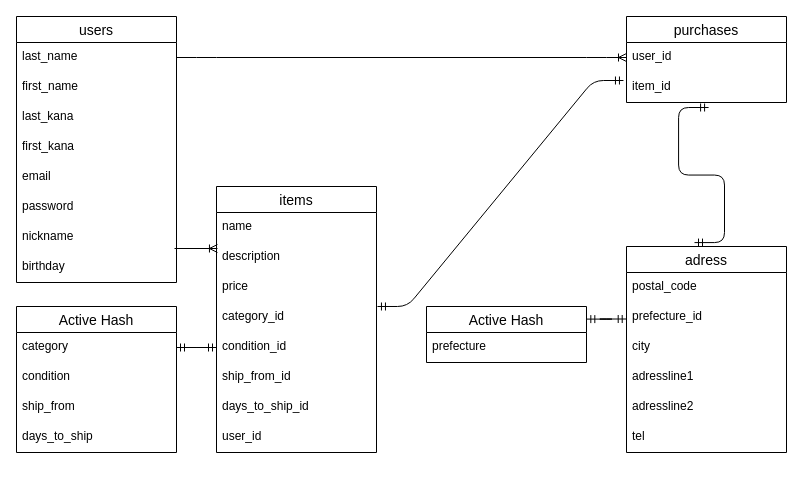
Above: furima.dio in Saki9120/furima-32156 (draw.io), before the change. Source tidied: cells renumbered, new cells numbered last; positions are measured from the earlier drawing's top-left corner, leaving out a move shared by most shapes. Both pictures are drawn from the tidied source at 100%, with x=0, y=0 at pixel (16, 16).
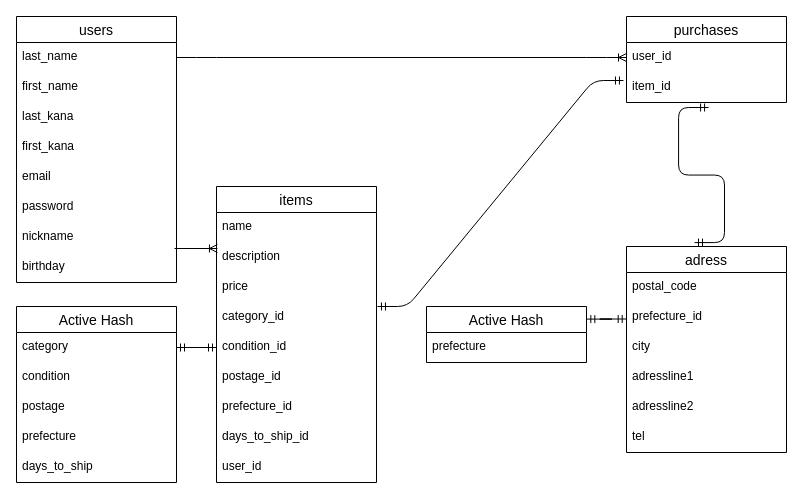
After the change.

What changed in the source:
```diff
@@
     <mxCell id="20" value="Active Hash" style="swimlane;fontStyle=0;horizontal=1;startSize=26;align=center;fontSize=14;" parent="1" vertex="1">
-      <mxGeometry y="290" width="160" height="146" as="geometry" />
+      <mxGeometry y="290" width="160" height="176" as="geometry" />
     </mxCell>
@@
+    <mxCell id="43" value="postage" style="text;strokeColor=none;fillColor=none;spacingLeft=4;spacingRight=4;overflow=hidden;fontSize=12;" parent="20" vertex="1">
+      <mxGeometry y="86" width="160" height="30" as="geometry" />
+    </mxCell>
-    <mxCell id="23" value="ship_from" style="text;strokeColor=none;fillColor=none;spacingLeft=4;spacingRight=4;overflow=hidden;fontSize=12;" parent="20" vertex="1">
-      <mxGeometry y="86" width="160" height="30" as="geometry" />
+    <mxCell id="23" value="prefecture" style="text;strokeColor=none;fillColor=none;spacingLeft=4;spacingRight=4;overflow=hidden;fontSize=12;" parent="20" vertex="1">
+      <mxGeometry y="116" width="160" height="30" as="geometry" />
     </mxCell>
     <mxCell id="24" value="days_to_ship" style="text;strokeColor=none;fillColor=none;spacingLeft=4;spacingRight=4;overflow=hidden;fontSize=12;" parent="20" vertex="1">
-      <mxGeometry y="116" width="160" height="30" as="geometry" />
+      <mxGeometry y="146" width="160" height="30" as="geometry" />
     </mxCell>
@@
     <mxCell id="32" value="items" style="swimlane;fontStyle=0;horizontal=1;startSize=26;align=center;fontSize=14;" parent="1" vertex="1">
-      <mxGeometry x="200" y="170" width="160" height="266" as="geometry" />
+      <mxGeometry x="200" y="170" width="160" height="296" as="geometry" />
     </mxCell>
@@
+    <mxCell id="44" value="postage_id" style="text;strokeColor=none;fillColor=none;spacingLeft=4;spacingRight=4;overflow=hidden;fontSize=12;" parent="32" vertex="1">
+      <mxGeometry y="176" width="160" height="30" as="geometry" />
+    </mxCell>
-    <mxCell id="38" value="ship_from_id" style="text;strokeColor=none;fillColor=none;spacingLeft=4;spacingRight=4;overflow=hidden;fontSize=12;" parent="32" vertex="1">
-      <mxGeometry y="176" width="160" height="30" as="geometry" />
+    <mxCell id="38" value="prefecture_id" style="text;strokeColor=none;fillColor=none;spacingLeft=4;spacingRight=4;overflow=hidden;fontSize=12;" parent="32" vertex="1">
+      <mxGeometry y="206" width="160" height="30" as="geometry" />
     </mxCell>
     <mxCell id="39" value="days_to_ship_id" style="text;strokeColor=none;fillColor=none;spacingLeft=4;spacingRight=4;overflow=hidden;fontSize=12;" parent="32" vertex="1">
-      <mxGeometry y="206" width="160" height="30" as="geometry" />
+      <mxGeometry y="236" width="160" height="30" as="geometry" />
     </mxCell>
     <mxCell id="40" value="user_id" style="text;strokeColor=none;fillColor=none;spacingLeft=4;spacingRight=4;overflow=hidden;fontSize=12;" parent="32" vertex="1">
-      <mxGeometry y="236" width="160" height="30" as="geometry" />
+      <mxGeometry y="266" width="160" height="30" as="geometry" />
     </mxCell>
```
